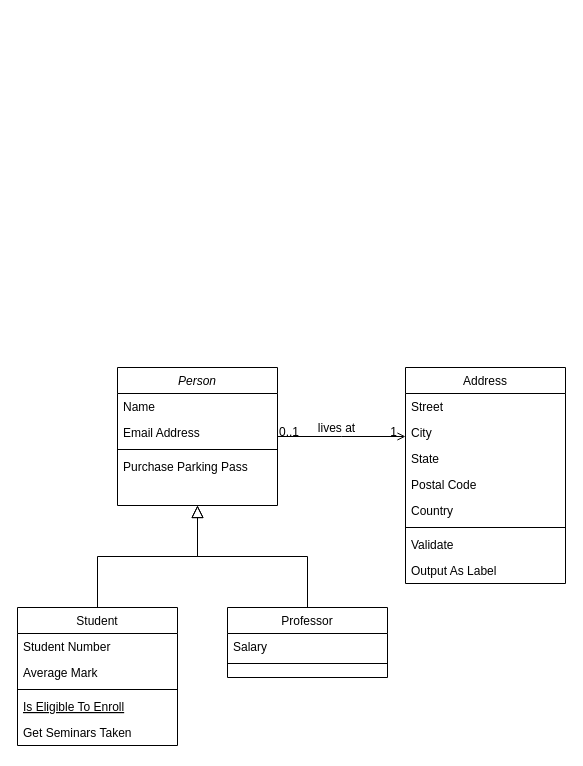
The draw.io diagram classes/AWSProfileLoader.drawio in awsomegui-capstone/diagrams, before the edit. Source tidied: cells renumbered, new cells numbered last; positions are measured from the earlier drawing's top-left corner, leaving out a move shared by most shapes. Both pictures are drawn from the tidied source at 100%, with x=0, y=0 at pixel (17, 367).
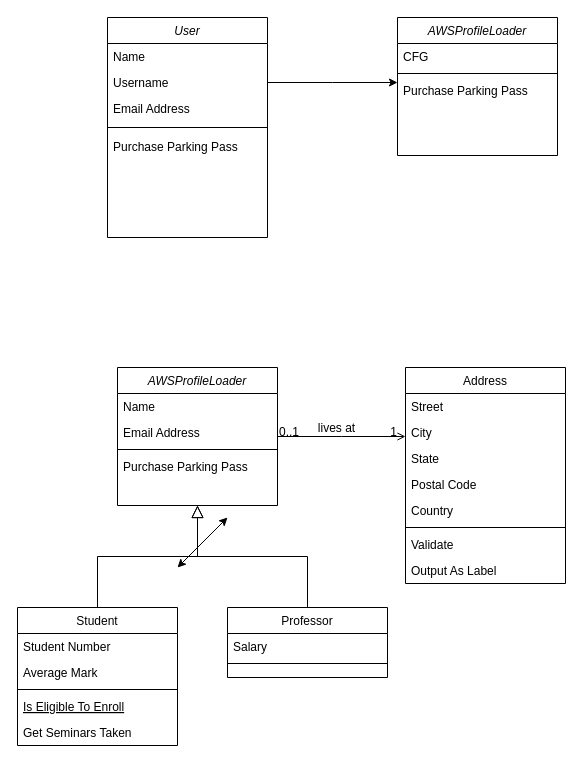
The same page after the edit.

Diff of the diagram source:
```diff
@@
-    <mxCell id="2" value="Person" style="swimlane;fontStyle=2;align=center;verticalAlign=top;horizontal=1;startSize=26;rounded=0;shadow=0;strokeWidth=1;" parent="1" vertex="1">
+    <mxCell id="2" value="AWSProfileLoader" style="swimlane;fontStyle=2;align=center;verticalAlign=top;horizontal=1;startSize=26;rounded=0;shadow=0;strokeWidth=1;" parent="1" vertex="1">
       <mxGeometry x="100" width="160" height="138" as="geometry" />
     </mxCell>
@@
+    <mxCell id="31" value="User" style="swimlane;fontStyle=2;align=center;verticalAlign=top;horizontal=1;startSize=26;rounded=0;shadow=0;strokeWidth=1;" parent="1" vertex="1">
+      <mxGeometry x="90" y="-350" width="160" height="220" as="geometry" />
+    </mxCell>
+    <mxCell id="32" value="Name" style="text;align=left;verticalAlign=top;spacingLeft=4;spacingRight=4;overflow=hidden;" parent="31" vertex="1">
+      <mxGeometry y="26" width="160" height="26" as="geometry" />
+    </mxCell>
+    <mxCell id="33" value="Username" style="text;align=left;verticalAlign=top;spacingLeft=4;spacingRight=4;overflow=hidden;points=[[0,0.5],[1,0.5]];portConstraint=eastwest;rounded=0;shadow=0;html=0;" parent="31" vertex="1">
+      <mxGeometry y="52" width="160" height="26" as="geometry" />
+    </mxCell>
+    <mxCell id="34" value="Email Address" style="text;align=left;verticalAlign=top;spacingLeft=4;spacingRight=4;overflow=hidden;rounded=0;shadow=0;html=0;" parent="31" vertex="1">
+      <mxGeometry y="78" width="160" height="26" as="geometry" />
+    </mxCell>
+    <mxCell id="35" style="line;html=1;strokeWidth=1;align=left;verticalAlign=middle;spacingTop=-1;spacingLeft=3;spacingRight=3;labelPosition=right;" parent="31" vertex="1">
+      <mxGeometry y="104" width="160" height="12" as="geometry" />
+    </mxCell>
+    <mxCell id="36" value="Purchase Parking Pass" style="text;align=left;verticalAlign=top;spacingLeft=4;spacingRight=4;overflow=hidden;" parent="31" vertex="1">
+      <mxGeometry y="116" width="160" height="26" as="geometry" />
+    </mxCell>
+    <mxCell id="37" value="AWSProfileLoader" style="swimlane;fontStyle=2;align=center;verticalAlign=top;horizontal=1;startSize=26;rounded=0;shadow=0;strokeWidth=1;" parent="1" vertex="1">
+      <mxGeometry x="380" y="-350" width="160" height="138" as="geometry" />
+    </mxCell>
+    <mxCell id="38" value="CFG" style="text;align=left;verticalAlign=top;spacingLeft=4;spacingRight=4;overflow=hidden;" parent="37" vertex="1">
+      <mxGeometry y="26" width="160" height="26" as="geometry" />
+    </mxCell>
+    <mxCell id="39" style="line;html=1;strokeWidth=1;align=left;verticalAlign=middle;spacingTop=-1;spacingLeft=3;spacingRight=3;labelPosition=right;" parent="37" vertex="1">
+      <mxGeometry y="52" width="160" height="8" as="geometry" />
+    </mxCell>
+    <mxCell id="40" value="Purchase Parking Pass" style="text;align=left;verticalAlign=top;spacingLeft=4;spacingRight=4;overflow=hidden;" parent="37" vertex="1">
+      <mxGeometry y="60" width="160" height="26" as="geometry" />
+    </mxCell>
+    <mxCell id="41" style="endArrow=classic;startArrow=classic;html=1;rounded=0;" parent="1" edge="1">
+      <mxGeometry relative="1" as="geometry">
+        <mxPoint x="160" y="200" as="sourcePoint" />
+        <mxPoint x="210" y="150" as="targetPoint" />
+      </mxGeometry>
+    </mxCell>
+    <mxCell id="42" style="edgeStyle=orthogonalEdgeStyle;rounded=0;jettySize=auto;html=1;exitX=1;exitY=0.5;exitDx=0;exitDy=0;entryX=0;entryY=0.5;entryDx=0;entryDy=0;" parent="1" edge="1" source="33">
+      <mxGeometry relative="1" as="geometry">
+        <mxPoint x="380" y="-285" as="targetPoint" />
+      </mxGeometry>
+    </mxCell>
```
